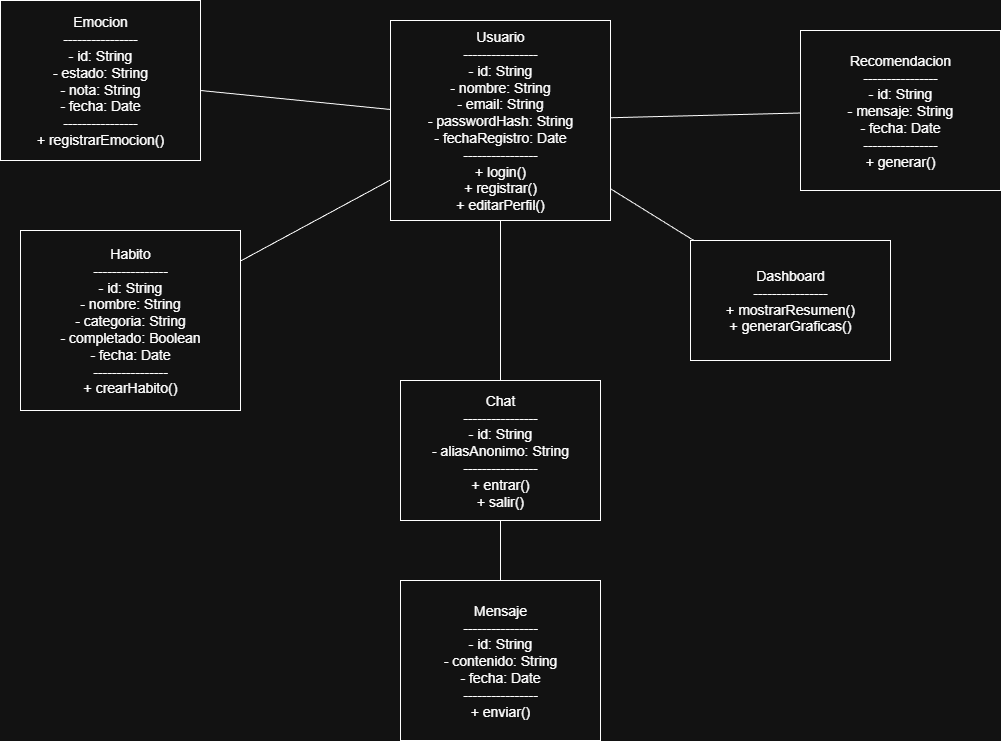
The draw.io diagram Diagrama Clases.drawio.png in KrlosPK/mente-activa, before a commit. Source tidied: cells renumbered, new cells last; positions are measured from the earlier drawing's top-left corner, leaving out a move shared by most shapes.
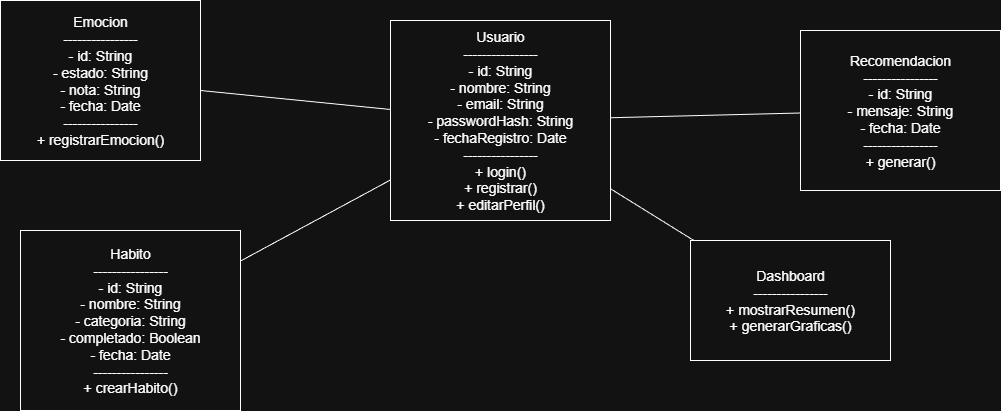
After the commit.

Commit message:
feat: se actualiza el diagrama de clases

What changed in the source:
```diff
@@ -17,12 +17,6 @@
     <mxCell id="6" value="Recomendacion&#10;----------------&#10;- id: String&#10;- mensaje: String&#10;- fecha: Date&#10;----------------&#10;+ generar()" style="rounded=0;whiteSpace=wrap;html=1;fontSize=14;" parent="1" vertex="1">
       <mxGeometry x="800" y="30" width="200" height="160" as="geometry" />
     </mxCell>
-    <mxCell id="7" value="Chat&#10;----------------&#10;- id: String&#10;- aliasAnonimo: String&#10;----------------&#10;+ entrar()&#10;+ salir()" style="rounded=0;whiteSpace=wrap;html=1;fontSize=14;" parent="1" vertex="1">
-      <mxGeometry x="400" y="380" width="200" height="140" as="geometry" />
-    </mxCell>
-    <mxCell id="8" value="Mensaje&#10;----------------&#10;- id: String&#10;- contenido: String&#10;- fecha: Date&#10;----------------&#10;+ enviar()" style="rounded=0;whiteSpace=wrap;html=1;fontSize=14;" parent="1" vertex="1">
-      <mxGeometry x="400" y="580" width="200" height="160" as="geometry" />
-    </mxCell>
     <mxCell id="9" style="endArrow=none;fontSize=14;" parent="1" edge="1" source="2" target="3">
       <mxGeometry relative="1" as="geometry" />
     </mxCell>
@@ -35,11 +29,5 @@
     <mxCell id="12" style="endArrow=none;fontSize=14;" parent="1" edge="1" source="2" target="6">
       <mxGeometry relative="1" as="geometry" />
     </mxCell>
-    <mxCell id="13" style="endArrow=none;fontSize=14;" parent="1" edge="1" source="2" target="7">
-      <mxGeometry relative="1" as="geometry" />
-    </mxCell>
-    <mxCell id="14" style="endArrow=none;fontSize=14;" parent="1" edge="1" source="7" target="8">
-      <mxGeometry relative="1" as="geometry" />
-    </mxCell>
   </root>
 </mxGraphModel>
```
